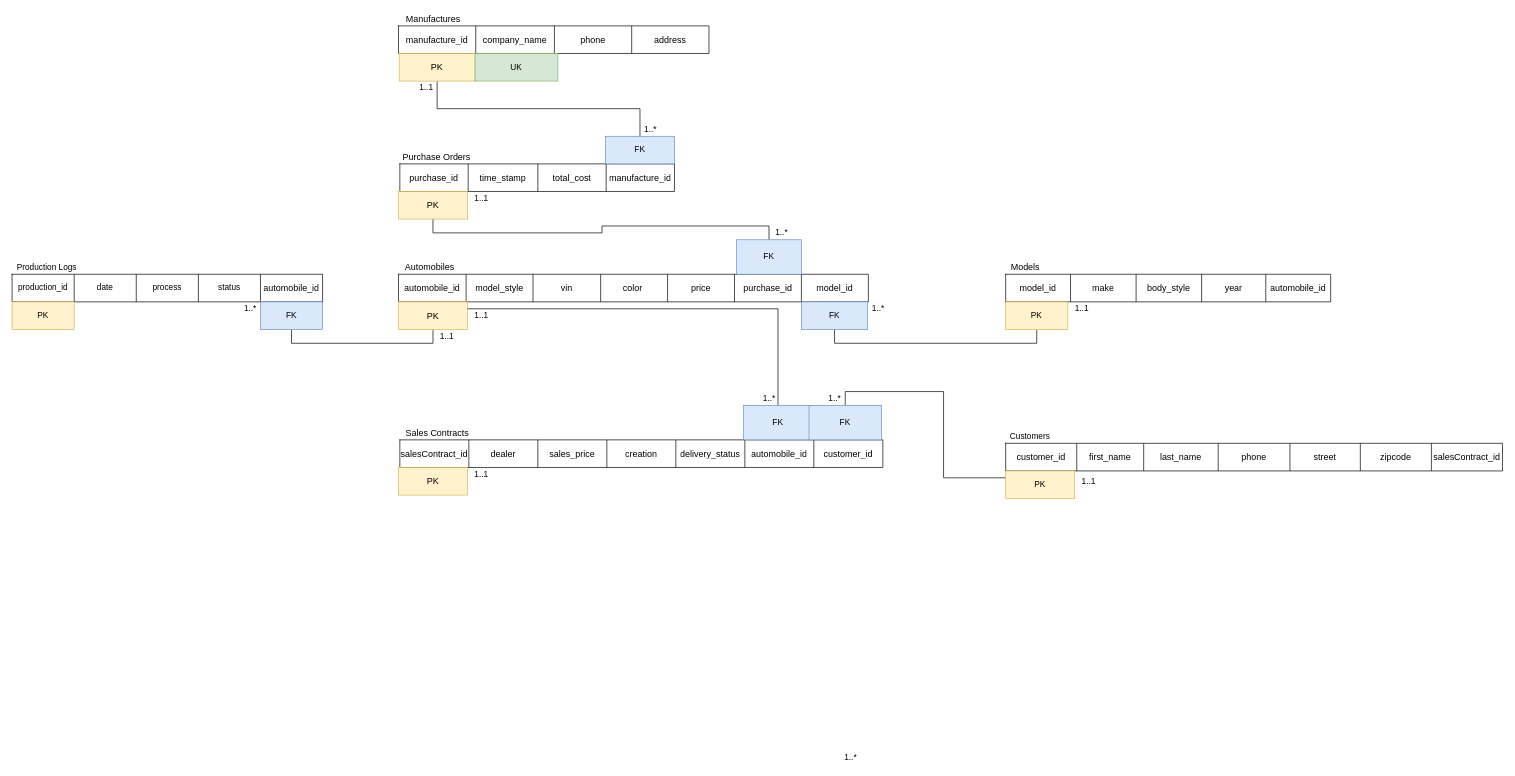
Above: Untitled Diagram.drawio in AnthraciteData/CECS-323- (draw.io), before the change. Source tidied: cells renumbered, new cells numbered last; positions are measured from the earlier drawing's top-left corner, leaving out a move shared by most shapes. Both pictures are drawn from the tidied source at 69%, with x=0, y=0 at pixel (12, 12).
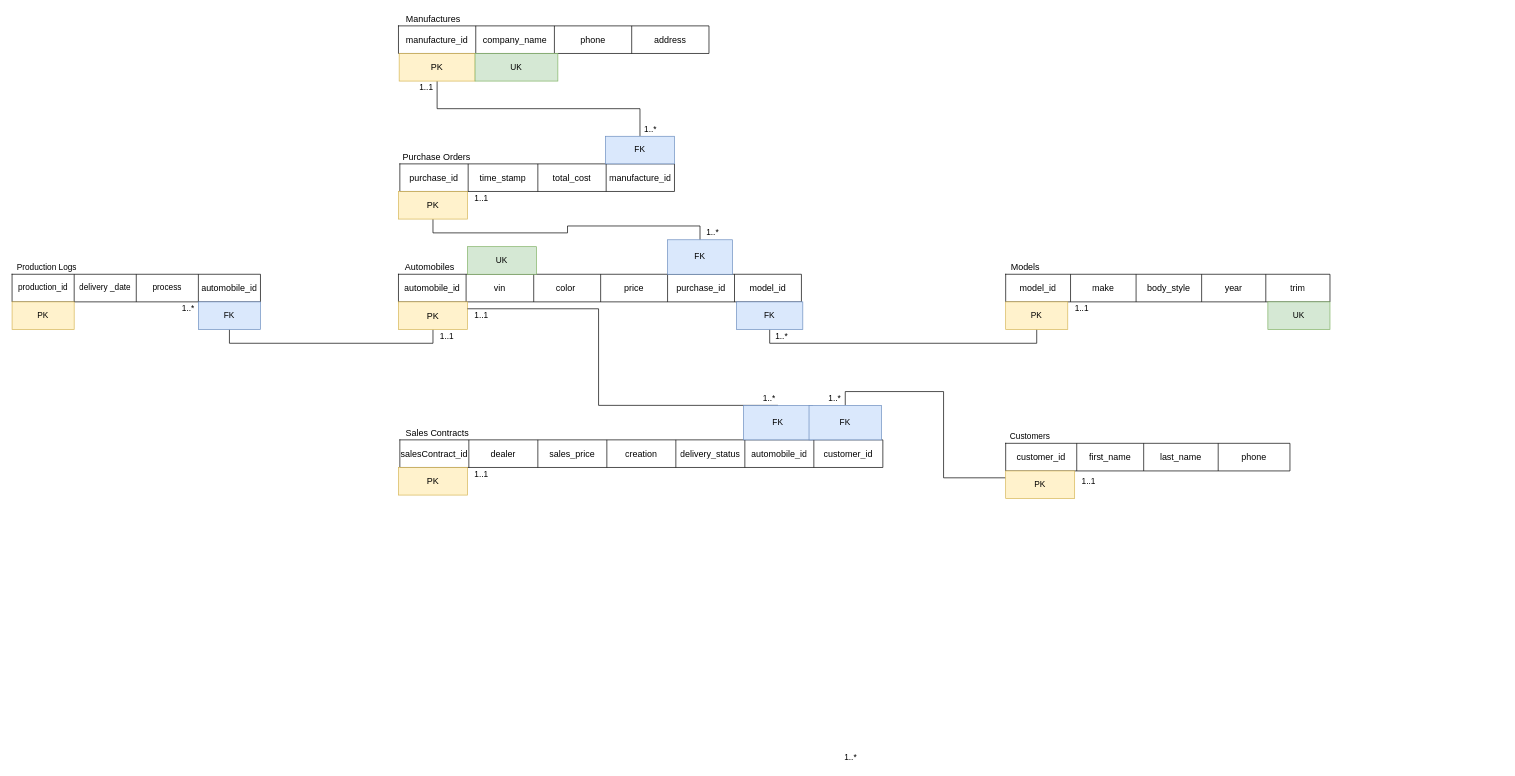
The same diagram, later.

Unchanged cells that the change refers to:
```xml
<mxCell id="20" value="PK" style="rounded=0;whiteSpace=wrap;html=1;fontSize=13;fillColor=#fff2cc;strokeColor=#d6b656;" parent="1" vertex="1">
  <mxGeometry x="560" y="420" width="100" height="40" as="geometry" />
</mxCell>
<mxCell id="82" value="FK" style="whiteSpace=wrap;html=1;fillColor=#dae8fc;strokeColor=#6c8ebf;" parent="1" vertex="1">
  <mxGeometry x="1060" y="570" width="100" height="50" as="geometry" />
</mxCell>
```

The edit, as a diff of the source:
```diff
@@
     <mxCell id="2" style="shape=table;html=1;whiteSpace=wrap;startSize=0;childLayout=tableLayout;fontSize=13;" parent="1" vertex="1">
-      <mxGeometry x="1440" y="380" width="471" height="40" as="geometry" />
+      <mxGeometry x="1440" y="380" width="470" height="40" as="geometry" />
     </mxCell>
     <mxCell id="3" style="shape=tableRow;horizontal=0;startSize=0;swimlaneHead=0;swimlaneBody=0;top=0;left=0;bottom=0;right=0;fillColor=none;fontSize=13;" parent="2" vertex="1">
-      <mxGeometry width="471" height="40" as="geometry" />
+      <mxGeometry width="470" height="40" as="geometry" />
     </mxCell>
@@
-    <mxCell id="8" value="&lt;span&gt;automobile_id&lt;/span&gt;" style="shape=partialRectangle;html=1;whiteSpace=wrap;fillColor=none;top=0;left=0;bottom=0;right=0;overflow=hidden;fontSize=13;" parent="3" vertex="1">
-      <mxGeometry x="377" width="94" height="40" as="geometry" />
-    </mxCell>
+    <mxCell id="97" value="trim" style="shape=partialRectangle;html=1;whiteSpace=wrap;fillColor=none;top=0;left=0;bottom=0;right=0;overflow=hidden;fontSize=13;" parent="3" vertex="1">
+      <mxGeometry x="377" width="93" height="40" as="geometry" />
+    </mxCell>
     <mxCell id="9" style="shape=table;html=1;whiteSpace=wrap;startSize=0;childLayout=tableLayout;fontSize=13;" parent="1" vertex="1">
-      <mxGeometry x="560" y="380" width="681" height="40" as="geometry" />
+      <mxGeometry x="560" y="380" width="584" height="40" as="geometry" />
     </mxCell>
     <mxCell id="10" style="shape=tableRow;horizontal=0;startSize=0;swimlaneHead=0;swimlaneBody=0;top=0;left=0;bottom=0;right=0;fillColor=none;fontSize=13;" parent="9" vertex="1">
-      <mxGeometry width="681" height="40" as="geometry" />
+      <mxGeometry width="584" height="40" as="geometry" />
     </mxCell>
@@
-    <mxCell id="12" value="model_style" style="shape=partialRectangle;html=1;whiteSpace=wrap;fillColor=none;top=0;left=0;bottom=0;right=0;overflow=hidden;fontSize=13;" parent="10" vertex="1">
-      <mxGeometry x="98" width="97" height="40" as="geometry" />
-    </mxCell>
     <mxCell id="13" value="&lt;font style=&quot;font-size: 13px;&quot;&gt;vin&lt;/font&gt;" style="shape=partialRectangle;html=1;whiteSpace=wrap;fillColor=none;top=0;left=0;bottom=0;right=0;overflow=hidden;fontSize=13;" parent="10" vertex="1">
-      <mxGeometry x="195" width="98" height="40" as="geometry" />
+      <mxGeometry x="98" width="98" height="40" as="geometry" />
     </mxCell>
     <mxCell id="14" value="color&amp;nbsp;" style="shape=partialRectangle;html=1;whiteSpace=wrap;fillColor=none;top=0;left=0;bottom=0;right=0;overflow=hidden;fontSize=13;" parent="10" vertex="1">
-      <mxGeometry x="293" width="97" height="40" as="geometry" />
+      <mxGeometry x="196" width="97" height="40" as="geometry" />
     </mxCell>
     <mxCell id="15" value="price" style="shape=partialRectangle;html=1;whiteSpace=wrap;fillColor=none;top=0;left=0;bottom=0;right=0;overflow=hidden;fontSize=13;" parent="10" vertex="1">
-      <mxGeometry x="390" width="97" height="40" as="geometry" />
+      <mxGeometry x="293" width="97" height="40" as="geometry" />
     </mxCell>
     <mxCell id="16" value="&lt;span&gt;purchase_id&lt;/span&gt;" style="shape=partialRectangle;html=1;whiteSpace=wrap;fillColor=none;top=0;left=0;bottom=0;right=0;overflow=hidden;fontSize=13;" parent="10" vertex="1">
-      <mxGeometry x="487" width="97" height="40" as="geometry" />
+      <mxGeometry x="390" width="97" height="40" as="geometry" />
     </mxCell>
     <mxCell id="17" value="&lt;span&gt;model_id&lt;/span&gt;" style="shape=partialRectangle;html=1;whiteSpace=wrap;fillColor=none;top=0;left=0;bottom=0;right=0;overflow=hidden;fontSize=13;" parent="10" vertex="1">
-      <mxGeometry x="584" width="97" height="40" as="geometry" />
+      <mxGeometry x="487" width="97" height="40" as="geometry" />
     </mxCell>
@@
     <mxCell id="51" style="shape=table;html=1;whiteSpace=wrap;startSize=0;childLayout=tableLayout;fontSize=13;" parent="1" vertex="1">
-      <mxGeometry x="1440" y="625" width="720" height="40" as="geometry" />
+      <mxGeometry x="1440" y="625" width="412" height="40" as="geometry" />
     </mxCell>
     <mxCell id="52" style="shape=tableRow;horizontal=0;startSize=0;swimlaneHead=0;swimlaneBody=0;top=0;left=0;bottom=0;right=0;fillColor=none;fontSize=13;" parent="51" vertex="1">
-      <mxGeometry width="720" height="40" as="geometry" />
+      <mxGeometry width="412" height="40" as="geometry" />
     </mxCell>
@@
-    <mxCell id="57" value="street" style="shape=partialRectangle;html=1;whiteSpace=wrap;fillColor=none;top=0;left=0;bottom=0;right=0;overflow=hidden;fontSize=13;" parent="52" vertex="1">
-      <mxGeometry x="412" width="102" height="40" as="geometry" />
-    </mxCell>
-    <mxCell id="58" value="zipcode" style="shape=partialRectangle;html=1;whiteSpace=wrap;fillColor=none;top=0;left=0;bottom=0;right=0;overflow=hidden;fontSize=13;" parent="52" vertex="1">
-      <mxGeometry x="514" width="103" height="40" as="geometry" />
-    </mxCell>
-    <mxCell id="59" value="salesContract_id" style="shape=partialRectangle;html=1;whiteSpace=wrap;fillColor=none;top=0;left=0;bottom=0;right=0;overflow=hidden;fontSize=13;" parent="52" vertex="1">
-      <mxGeometry x="617" width="103" height="40" as="geometry" />
-    </mxCell>
@@
     <mxCell id="69" value="FK" style="whiteSpace=wrap;html=1;fillColor=#dae8fc;strokeColor=#6c8ebf;" parent="1" vertex="1">
-      <mxGeometry x="1050" y="330" width="94" height="50" as="geometry" />
+      <mxGeometry x="950" y="330" width="94" height="50" as="geometry" />
     </mxCell>
     <mxCell id="70" value="FK" style="whiteSpace=wrap;html=1;fillColor=#dae8fc;strokeColor=#6c8ebf;" parent="1" vertex="1">
-      <mxGeometry x="1144" y="420" width="96" height="40" as="geometry" />
+      <mxGeometry x="1050" y="420" width="96" height="40" as="geometry" />
     </mxCell>
     <mxCell id="71" style="shape=table;html=1;whiteSpace=wrap;startSize=0;childLayout=tableLayout;" parent="1" vertex="1">
-      <mxGeometry y="380" width="450" height="40" as="geometry" />
+      <mxGeometry y="380" width="360" height="40" as="geometry" />
     </mxCell>
     <mxCell id="72" style="shape=tableRow;horizontal=0;startSize=0;swimlaneHead=0;swimlaneBody=0;top=0;left=0;bottom=0;right=0;fillColor=none;" parent="71" vertex="1">
-      <mxGeometry width="450" height="40" as="geometry" />
+      <mxGeometry width="360" height="40" as="geometry" />
     </mxCell>
@@
-    <mxCell id="74" value="date" style="shape=partialRectangle;html=1;whiteSpace=wrap;fillColor=none;top=0;left=0;bottom=0;right=0;overflow=hidden;" parent="72" vertex="1">
+    <mxCell id="74" value="delivery _date" style="shape=partialRectangle;html=1;whiteSpace=wrap;fillColor=none;top=0;left=0;bottom=0;right=0;overflow=hidden;" parent="72" vertex="1">
       <mxGeometry x="90" width="90" height="40" as="geometry" />
     </mxCell>
@@
-    <mxCell id="76" value="status" style="shape=partialRectangle;html=1;whiteSpace=wrap;fillColor=none;top=0;left=0;bottom=0;right=0;overflow=hidden;" parent="72" vertex="1">
-      <mxGeometry x="270" width="90" height="40" as="geometry" />
-    </mxCell>
     <mxCell id="77" value="&lt;span style=&quot;font-size: 13px&quot;&gt;automobile_id&lt;/span&gt;" style="shape=partialRectangle;html=1;whiteSpace=wrap;fillColor=none;top=0;left=0;bottom=0;right=0;overflow=hidden;" parent="72" vertex="1">
-      <mxGeometry x="360" width="90" height="40" as="geometry" />
+      <mxGeometry x="270" width="90" height="40" as="geometry" />
     </mxCell>
@@
     <mxCell id="80" value="FK" style="whiteSpace=wrap;html=1;fillColor=#dae8fc;strokeColor=#6c8ebf;" parent="1" vertex="1">
-      <mxGeometry x="360" y="420" width="90" height="40" as="geometry" />
+      <mxGeometry x="270" y="420" width="90" height="40" as="geometry" />
     </mxCell>
     <mxCell id="81" style="edgeStyle=orthogonalEdgeStyle;rounded=0;jettySize=auto;html=1;exitX=0.5;exitY=0;exitDx=0;exitDy=0;entryX=1;entryY=0.25;entryDx=0;entryDy=0;endArrow=none;endFill=0;" parent="1" edge="1" source="82" target="20">
-      <mxGeometry relative="1" as="geometry" />
+      <mxGeometry relative="1" as="geometry">
+        <Array as="points">
+          <mxPoint x="850" y="570" />
+          <mxPoint x="850" y="430" />
+        </Array>
+      </mxGeometry>
     </mxCell>
@@
     <mxCell id="88" value="1..*" style="text;html=1;align=center;verticalAlign=middle;strokeColor=none;fillColor=none;" parent="1" vertex="1">
-      <mxGeometry x="1100" y="310" width="30" height="20" as="geometry" />
+      <mxGeometry x="1000" y="310" width="30" height="20" as="geometry" />
     </mxCell>
@@
     <mxCell id="91" value="1..*" style="text;html=1;align=center;verticalAlign=middle;strokeColor=none;fillColor=none;" parent="1" vertex="1">
-      <mxGeometry x="1240" y="420" width="30" height="20" as="geometry" />
+      <mxGeometry x="1100" y="460" width="30" height="20" as="geometry" />
     </mxCell>
@@
     <mxCell id="93" value="1..*" style="text;html=1;align=center;verticalAlign=middle;strokeColor=none;fillColor=none;" parent="1" vertex="1">
-      <mxGeometry x="330" y="420" width="30" height="20" as="geometry" />
+      <mxGeometry x="240" y="420" width="30" height="20" as="geometry" />
     </mxCell>
@@
+    <mxCell id="98" value="UK" style="whiteSpace=wrap;html=1;fillColor=#d5e8d4;strokeColor=#82b366;" parent="1" vertex="1">
+      <mxGeometry x="1820" y="420" width="90" height="40" as="geometry" />
+    </mxCell>
+    <mxCell id="99" value="UK" style="whiteSpace=wrap;html=1;fillColor=#d5e8d4;strokeColor=#82b366;" parent="1" vertex="1">
+      <mxGeometry x="660" y="340" width="100" height="40" as="geometry" />
+    </mxCell>
```
